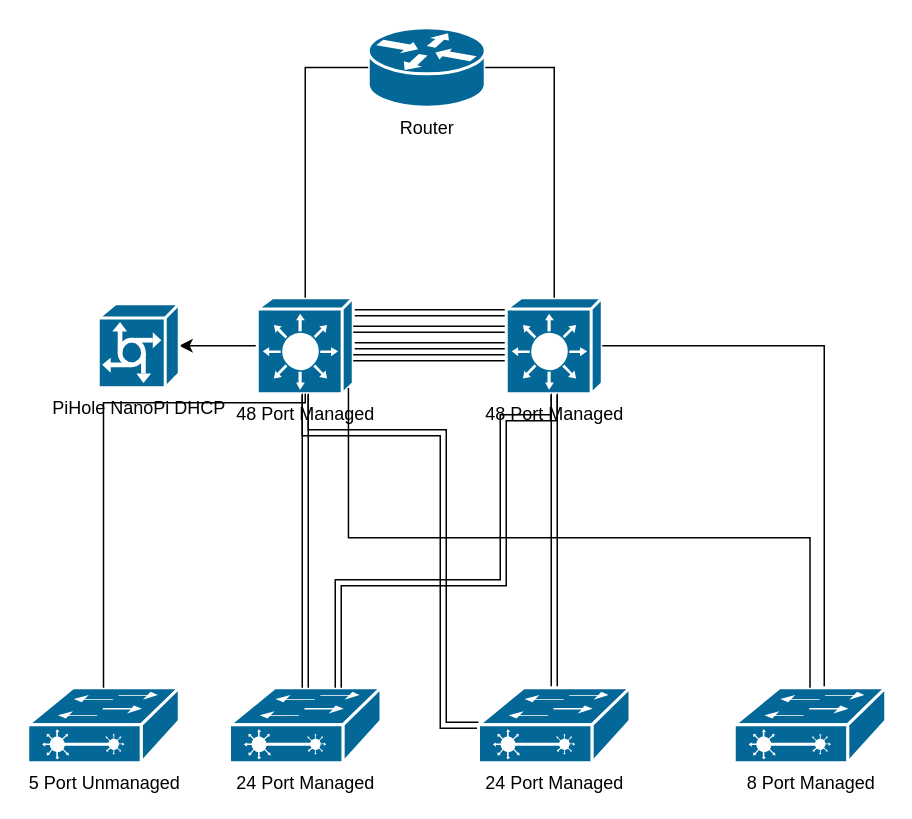
The draw.io diagram files/Untitled Diagram.drawio in wavpro/flowcharts, before the edit. Source tidied: cells renumbered, new cells numbered last; positions are measured from the earlier drawing's top-left corner, leaving out a move shared by most shapes. Both pictures are drawn from the tidied source at 150%, with x=0, y=0 at pixel (27, 27).
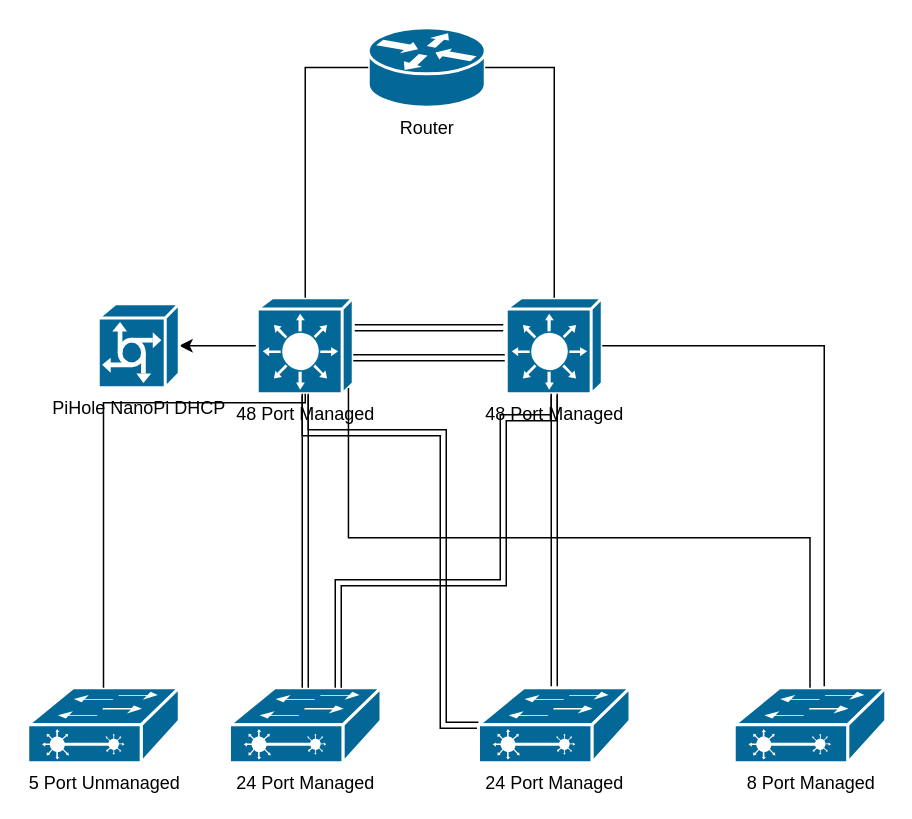
After the change.

Unchanged cells that the change refers to:
```xml
<mxCell id="7" value="48 Port Managed" style="shape=mxgraph.cisco.switches.layer_3_switch;sketch=0;html=1;dashed=0;fillColor=#036897;strokeColor=#ffffff;strokeWidth=2;verticalLabelPosition=bottom;verticalAlign=top;align=center;outlineConnect=0;" parent="1" vertex="1">
  <mxGeometry x="153" y="180" width="64" height="64" as="geometry" />
</mxCell>
<mxCell id="11" value="48 Port Managed" style="shape=mxgraph.cisco.switches.layer_3_switch;sketch=0;html=1;dashed=0;fillColor=#036897;strokeColor=#ffffff;strokeWidth=2;verticalLabelPosition=bottom;verticalAlign=top;align=center;outlineConnect=0;" parent="1" vertex="1">
  <mxGeometry x="319" y="180" width="64" height="64" as="geometry" />
</mxCell>
```

Change to the diagram source:
```diff
@@
-    <mxCell id="3" style="rounded=0;jettySize=auto;html=1;shape=link;" parent="1" edge="1" source="7" target="11">
-      <mxGeometry relative="1" as="geometry" />
+    <mxCell id="3" style="rounded=0;orthogonalLoop=1;jettySize=auto;html=1;shape=link;" parent="1" edge="1">
+      <mxGeometry relative="1" as="geometry">
+        <mxPoint x="215" y="200" as="sourcePoint" />
+        <mxPoint x="317" y="200" as="targetPoint" />
+      </mxGeometry>
     </mxCell>
@@
-    <mxCell id="5" style="edgeStyle=orthogonalEdgeStyle;rounded=0;jettySize=auto;html=1;shape=link;" parent="1" edge="1" source="7" target="11">
-      <mxGeometry relative="1" as="geometry">
-        <Array as="points">
-          <mxPoint x="267" y="190" />
-          <mxPoint x="267" y="190" />
-        </Array>
-      </mxGeometry>
-    </mxCell>
@@
-    <mxCell id="9" style="edgeStyle=orthogonalEdgeStyle;rounded=0;orthogonalLoop=1;jettySize=auto;html=1;shape=link;" parent="1" edge="1">
-      <mxGeometry relative="1" as="geometry">
-        <mxPoint x="319" y="201" as="sourcePoint" />
-        <mxPoint x="217" y="201" as="targetPoint" />
-        <Array as="points">
-          <mxPoint x="267" y="201" />
-          <mxPoint x="267" y="201" />
-        </Array>
-      </mxGeometry>
-    </mxCell>
```
